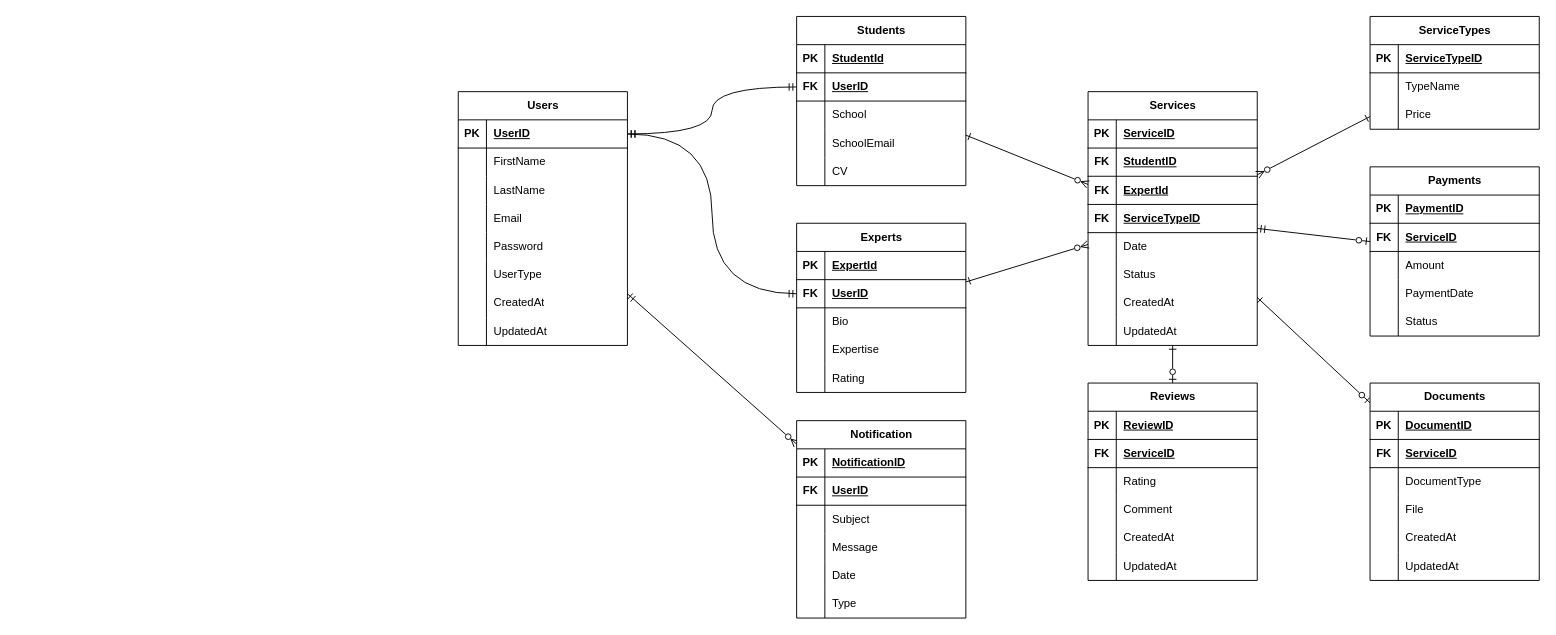
Earlier version of the draw.io diagram ERD.drawio (tamir-cqu/uml-diagram). Source tidied: cells renumbered, new cells numbered last; positions are measured from the earlier drawing's top-left corner, leaving out a move shared by most shapes. Both pictures are drawn from the tidied source at 94%, with x=0, y=0 at pixel (458, 16).
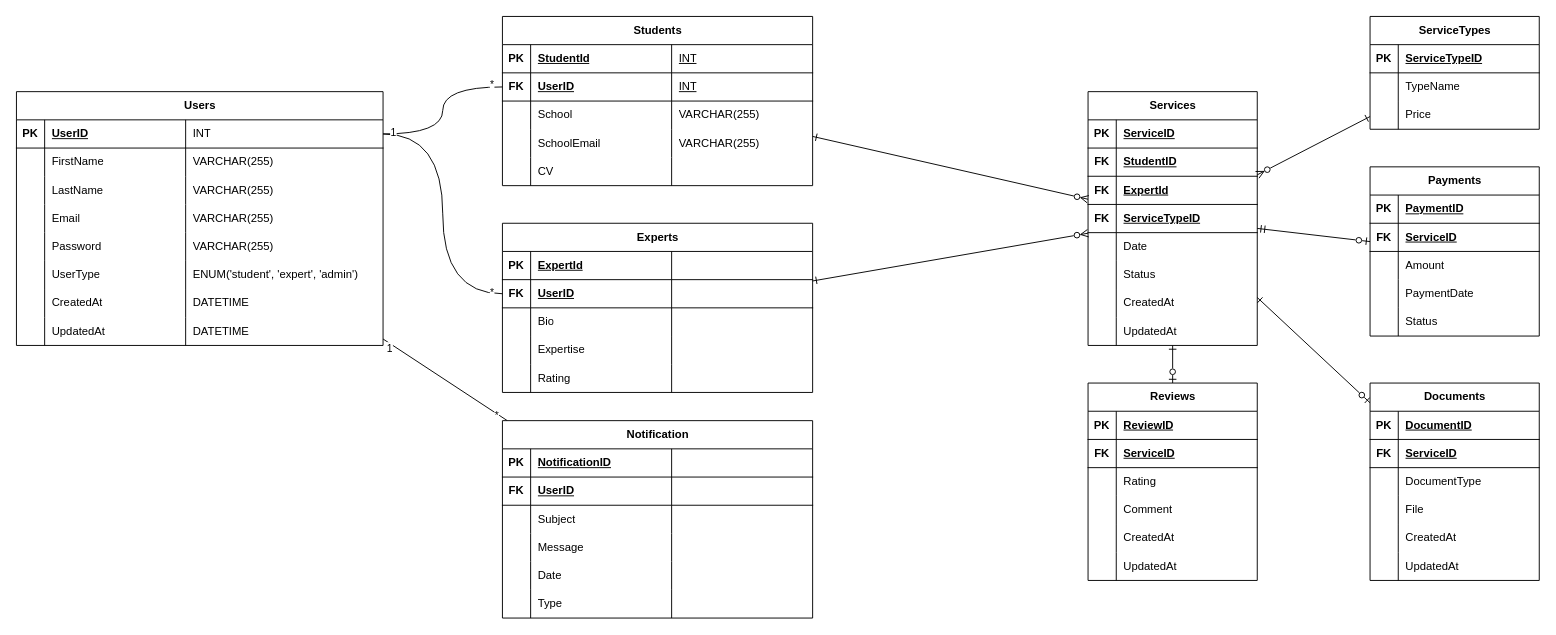
After the change.

Diff of the diagram source:
```diff
@@
     <mxCell id="2" value="Users" style="shape=table;startSize=30;childLayout=tableLayout;rowLines=0;fontStyle=1;align=center;html=1;" parent="1" vertex="1">
-      <mxGeometry y="80" width="180" height="270" as="geometry" />
+      <mxGeometry x="-470" y="80" width="390" height="270" as="geometry" />
     </mxCell>
     <mxCell id="3" style="shape=tableRow;horizontal=0;startSize=0;swimlaneHead=0;swimlaneBody=0;fillColor=none;points=[[0,0.5],[1,0.5]];portConstraint=eastwest;top=0;left=0;right=0;bottom=1;" parent="2" vertex="1">
-      <mxGeometry y="30" width="180" height="30" as="geometry" />
+      <mxGeometry y="30" width="390" height="30" as="geometry" />
     </mxCell>
@@
+    <mxCell id="176" value="&lt;span style=&quot;&quot; class=&quot;hljs-type&quot;&gt;INT&lt;/span&gt;" style="shape=partialRectangle;fillColor=none;top=0;left=0;bottom=0;right=0;align=left;spacingLeft=6;fontStyle=0;overflow=hidden;whiteSpace=wrap;html=1;" parent="3" vertex="1">
+      <mxGeometry x="180" width="210" height="30" as="geometry" />
+    </mxCell>
     <mxCell id="6" style="shape=tableRow;horizontal=0;startSize=0;swimlaneHead=0;swimlaneBody=0;fillColor=none;top=0;left=0;right=0;bottom=0;" parent="2" vertex="1">
-      <mxGeometry y="60" width="180" height="30" as="geometry" />
+      <mxGeometry y="60" width="390" height="30" as="geometry" />
     </mxCell>
@@
+    <mxCell id="177" value="VARCHAR(255)" style="shape=partialRectangle;fillColor=none;top=0;left=0;bottom=0;right=0;align=left;spacingLeft=6;overflow=hidden;whiteSpace=wrap;html=1;" parent="6" vertex="1">
+      <mxGeometry x="180" width="210" height="30" as="geometry" />
+    </mxCell>
     <mxCell id="9" style="shape=tableRow;horizontal=0;startSize=0;swimlaneHead=0;swimlaneBody=0;fillColor=none;top=0;left=0;right=0;bottom=0;" parent="2" vertex="1">
-      <mxGeometry y="90" width="180" height="30" as="geometry" />
+      <mxGeometry y="90" width="390" height="30" as="geometry" />
     </mxCell>
@@
+    <mxCell id="178" value="VARCHAR(255)" style="shape=partialRectangle;fillColor=none;top=0;left=0;bottom=0;right=0;align=left;spacingLeft=6;overflow=hidden;whiteSpace=wrap;html=1;" parent="9" vertex="1">
+      <mxGeometry x="180" width="210" height="30" as="geometry" />
+    </mxCell>
     <mxCell id="12" style="shape=tableRow;horizontal=0;startSize=0;swimlaneHead=0;swimlaneBody=0;fillColor=none;top=0;left=0;right=0;bottom=0;" parent="2" vertex="1">
-      <mxGeometry y="120" width="180" height="30" as="geometry" />
+      <mxGeometry y="120" width="390" height="30" as="geometry" />
     </mxCell>
@@
+    <mxCell id="179" value="VARCHAR(255)" style="shape=partialRectangle;fillColor=none;top=0;left=0;bottom=0;right=0;align=left;spacingLeft=6;overflow=hidden;whiteSpace=wrap;html=1;" parent="12" vertex="1">
+      <mxGeometry x="180" width="210" height="30" as="geometry" />
+    </mxCell>
     <mxCell id="15" style="shape=tableRow;horizontal=0;startSize=0;swimlaneHead=0;swimlaneBody=0;fillColor=none;top=0;left=0;right=0;bottom=0;" parent="2" vertex="1">
-      <mxGeometry y="150" width="180" height="30" as="geometry" />
+      <mxGeometry y="150" width="390" height="30" as="geometry" />
     </mxCell>
@@
+    <mxCell id="180" value="VARCHAR(255)" style="shape=partialRectangle;fillColor=none;top=0;left=0;bottom=0;right=0;align=left;spacingLeft=6;overflow=hidden;whiteSpace=wrap;html=1;" parent="15" vertex="1">
+      <mxGeometry x="180" width="210" height="30" as="geometry" />
+    </mxCell>
     <mxCell id="18" style="shape=tableRow;horizontal=0;startSize=0;swimlaneHead=0;swimlaneBody=0;fillColor=none;top=0;left=0;right=0;bottom=0;" parent="2" vertex="1">
-      <mxGeometry y="180" width="180" height="30" as="geometry" />
+      <mxGeometry y="180" width="390" height="30" as="geometry" />
     </mxCell>
@@
+    <mxCell id="181" value="ENUM('student', 'expert', 'admin')" style="shape=partialRectangle;fillColor=none;top=0;left=0;bottom=0;right=0;align=left;spacingLeft=6;overflow=hidden;whiteSpace=wrap;html=1;" parent="18" vertex="1">
+      <mxGeometry x="180" width="210" height="30" as="geometry" />
+    </mxCell>
     <mxCell id="21" style="shape=tableRow;horizontal=0;startSize=0;swimlaneHead=0;swimlaneBody=0;fillColor=none;top=0;left=0;right=0;bottom=0;" parent="2" vertex="1">
-      <mxGeometry y="210" width="180" height="30" as="geometry" />
+      <mxGeometry y="210" width="390" height="30" as="geometry" />
     </mxCell>
@@
+    <mxCell id="182" value="DATETIME" style="shape=partialRectangle;fillColor=none;top=0;left=0;bottom=0;right=0;align=left;spacingLeft=6;overflow=hidden;whiteSpace=wrap;html=1;" parent="21" vertex="1">
+      <mxGeometry x="180" width="210" height="30" as="geometry" />
+    </mxCell>
     <mxCell id="24" style="shape=tableRow;horizontal=0;startSize=0;swimlaneHead=0;swimlaneBody=0;fillColor=none;top=0;left=0;right=0;bottom=0;" parent="2" vertex="1">
-      <mxGeometry y="240" width="180" height="30" as="geometry" />
+      <mxGeometry y="240" width="390" height="30" as="geometry" />
     </mxCell>
@@
+    <mxCell id="183" value="DATETIME" style="shape=partialRectangle;fillColor=none;top=0;left=0;bottom=0;right=0;align=left;spacingLeft=6;overflow=hidden;whiteSpace=wrap;html=1;" parent="24" vertex="1">
+      <mxGeometry x="180" width="210" height="30" as="geometry" />
+    </mxCell>
     <mxCell id="27" value="Experts" style="shape=table;startSize=30;childLayout=tableLayout;rowLines=0;fontStyle=1;align=center;html=1;" parent="1" vertex="1">
-      <mxGeometry x="360" y="220" width="180" height="180" as="geometry" />
+      <mxGeometry x="47" y="220" width="330" height="180" as="geometry" />
     </mxCell>
     <mxCell id="28" style="shape=tableRow;horizontal=0;startSize=0;swimlaneHead=0;swimlaneBody=0;fillColor=none;top=0;left=0;right=0;bottom=1;" parent="27" vertex="1">
-      <mxGeometry y="30" width="180" height="30" as="geometry" />
+      <mxGeometry y="30" width="330" height="30" as="geometry" />
     </mxCell>
@@
+    <mxCell id="184" style="shape=partialRectangle;fillColor=none;top=0;left=0;bottom=0;right=0;align=left;spacingLeft=6;fontStyle=5;overflow=hidden;whiteSpace=wrap;html=1;" parent="28" vertex="1">
+      <mxGeometry x="180" width="150" height="30" as="geometry" />
+    </mxCell>
     <mxCell id="31" style="shape=tableRow;horizontal=0;startSize=0;swimlaneHead=0;swimlaneBody=0;fillColor=none;points=[[0,0.5],[1,0.5]];portConstraint=eastwest;top=0;left=0;right=0;bottom=1;" parent="27" vertex="1">
-      <mxGeometry y="60" width="180" height="30" as="geometry" />
+      <mxGeometry y="60" width="330" height="30" as="geometry" />
     </mxCell>
@@
+    <mxCell id="185" style="shape=partialRectangle;fillColor=none;top=0;left=0;bottom=0;right=0;align=left;spacingLeft=6;fontStyle=5;overflow=hidden;whiteSpace=wrap;html=1;" parent="31" vertex="1">
+      <mxGeometry x="180" width="150" height="30" as="geometry" />
+    </mxCell>
     <mxCell id="34" style="shape=tableRow;horizontal=0;startSize=0;swimlaneHead=0;swimlaneBody=0;fillColor=none;top=0;left=0;right=0;bottom=0;" parent="27" vertex="1">
-      <mxGeometry y="90" width="180" height="30" as="geometry" />
+      <mxGeometry y="90" width="330" height="30" as="geometry" />
     </mxCell>
@@
+    <mxCell id="186" style="shape=partialRectangle;fillColor=none;top=0;left=0;bottom=0;right=0;align=left;spacingLeft=6;overflow=hidden;whiteSpace=wrap;html=1;" parent="34" vertex="1">
+      <mxGeometry x="180" width="150" height="30" as="geometry" />
+    </mxCell>
     <mxCell id="37" style="shape=tableRow;horizontal=0;startSize=0;swimlaneHead=0;swimlaneBody=0;fillColor=none;top=0;left=0;right=0;bottom=0;" parent="27" vertex="1">
-      <mxGeometry y="120" width="180" height="30" as="geometry" />
+      <mxGeometry y="120" width="330" height="30" as="geometry" />
     </mxCell>
@@
+    <mxCell id="187" style="shape=partialRectangle;fillColor=none;top=0;left=0;bottom=0;right=0;align=left;spacingLeft=6;overflow=hidden;whiteSpace=wrap;html=1;" parent="37" vertex="1">
+      <mxGeometry x="180" width="150" height="30" as="geometry" />
+    </mxCell>
     <mxCell id="40" style="shape=tableRow;horizontal=0;startSize=0;swimlaneHead=0;swimlaneBody=0;fillColor=none;top=0;left=0;right=0;bottom=0;" parent="27" vertex="1">
-      <mxGeometry y="150" width="180" height="30" as="geometry" />
+      <mxGeometry y="150" width="330" height="30" as="geometry" />
     </mxCell>
@@
+    <mxCell id="188" style="shape=partialRectangle;fillColor=none;top=0;left=0;bottom=0;right=0;align=left;spacingLeft=6;overflow=hidden;whiteSpace=wrap;html=1;" parent="40" vertex="1">
+      <mxGeometry x="180" width="150" height="30" as="geometry" />
+    </mxCell>
-    <mxCell id="43" style="rounded=0;jettySize=auto;html=1;verticalAlign=middle;horizontal=0;endArrow=ERmandOne;endFill=0;startArrow=ERmandOne;startFill=0;exitDx=0;exitDy=0;entryDx=0;entryDy=0;entryX=1;entryY=0.5;exitX=0;exitY=0.5;edgeStyle=orthogonalEdgeStyle;curved=1;" parent="1" edge="1" source="49" target="3">
+    <mxCell id="43" style="rounded=0;jettySize=auto;html=1;verticalAlign=middle;horizontal=0;endArrow=none;endFill=0;startArrow=none;startFill=0;exitDx=0;exitDy=0;entryDx=0;entryDy=0;entryX=1;entryY=0.5;exitX=0;exitY=0.5;edgeStyle=orthogonalEdgeStyle;curved=1;" parent="1" edge="1" source="49" target="3">
       <mxGeometry relative="1" as="geometry" />
     </mxCell>
+    <mxCell id="189" value="*" style="edgeLabel;html=1;align=center;verticalAlign=middle;" parent="43" vertex="1">
+      <mxGeometry x="-0.86" y="-3" relative="1" as="geometry" />
+    </mxCell>
@@
     <mxCell id="45" value="Students" style="shape=table;startSize=30;childLayout=tableLayout;rowLines=0;fontStyle=1;align=center;html=1;" parent="1" vertex="1">
-      <mxGeometry x="360" width="180" height="180" as="geometry" />
+      <mxGeometry x="47" width="330" height="180" as="geometry" />
     </mxCell>
     <mxCell id="46" style="shape=tableRow;horizontal=0;startSize=0;swimlaneHead=0;swimlaneBody=0;fillColor=none;top=0;left=0;right=0;bottom=1;" parent="45" vertex="1">
-      <mxGeometry y="30" width="180" height="30" as="geometry" />
+      <mxGeometry y="30" width="330" height="30" as="geometry" />
     </mxCell>
@@
+    <mxCell id="190" value="&lt;span style=&quot;font-weight: 400;&quot;&gt;INT&lt;/span&gt;" style="shape=partialRectangle;fillColor=none;top=0;left=0;bottom=0;right=0;align=left;spacingLeft=6;fontStyle=5;overflow=hidden;whiteSpace=wrap;html=1;" parent="46" vertex="1">
+      <mxGeometry x="180" width="150" height="30" as="geometry" />
+    </mxCell>
     <mxCell id="49" style="shape=tableRow;horizontal=0;startSize=0;swimlaneHead=0;swimlaneBody=0;fillColor=none;points=[[0,0.5],[1,0.5]];portConstraint=eastwest;top=0;left=0;right=0;bottom=1;" parent="45" vertex="1">
-      <mxGeometry y="60" width="180" height="30" as="geometry" />
+      <mxGeometry y="60" width="330" height="30" as="geometry" />
     </mxCell>
@@
+    <mxCell id="191" value="&lt;span style=&quot;font-weight: 400;&quot;&gt;INT&lt;/span&gt;" style="shape=partialRectangle;fillColor=none;top=0;left=0;bottom=0;right=0;align=left;spacingLeft=6;fontStyle=5;overflow=hidden;whiteSpace=wrap;html=1;" parent="49" vertex="1">
+      <mxGeometry x="180" width="150" height="30" as="geometry" />
+    </mxCell>
     <mxCell id="52" style="shape=tableRow;horizontal=0;startSize=0;swimlaneHead=0;swimlaneBody=0;fillColor=none;top=0;left=0;right=0;bottom=0;" parent="45" vertex="1">
-      <mxGeometry y="90" width="180" height="30" as="geometry" />
+      <mxGeometry y="90" width="330" height="30" as="geometry" />
     </mxCell>
@@
+    <mxCell id="192" value="VARCHAR(255)" style="shape=partialRectangle;fillColor=none;top=0;left=0;bottom=0;right=0;align=left;spacingLeft=6;overflow=hidden;whiteSpace=wrap;html=1;" parent="52" vertex="1">
+      <mxGeometry x="180" width="150" height="30" as="geometry" />
+    </mxCell>
     <mxCell id="55" style="shape=tableRow;horizontal=0;startSize=0;swimlaneHead=0;swimlaneBody=0;fillColor=none;top=0;left=0;right=0;bottom=0;" parent="45" vertex="1">
-      <mxGeometry y="120" width="180" height="30" as="geometry" />
+      <mxGeometry y="120" width="330" height="30" as="geometry" />
     </mxCell>
@@
+    <mxCell id="193" value="VARCHAR(255)" style="shape=partialRectangle;fillColor=none;top=0;left=0;bottom=0;right=0;align=left;spacingLeft=6;overflow=hidden;whiteSpace=wrap;html=1;" parent="55" vertex="1">
+      <mxGeometry x="180" width="150" height="30" as="geometry" />
+    </mxCell>
     <mxCell id="58" style="shape=tableRow;horizontal=0;startSize=0;swimlaneHead=0;swimlaneBody=0;fillColor=none;top=0;left=0;right=0;bottom=0;" parent="45" vertex="1">
-      <mxGeometry y="150" width="180" height="30" as="geometry" />
+      <mxGeometry y="150" width="330" height="30" as="geometry" />
     </mxCell>
@@
+    <mxCell id="194" value="&lt;span style=&quot;color: rgba(0, 0, 0, 0); font-family: monospace; font-size: 0px; text-wrap: nowrap;&quot;&gt;qawdqwd&lt;/span&gt;" style="shape=partialRectangle;fillColor=none;top=0;left=0;bottom=0;right=0;align=left;spacingLeft=6;overflow=hidden;whiteSpace=wrap;html=1;" parent="58" vertex="1">
+      <mxGeometry x="180" width="150" height="30" as="geometry" />
+    </mxCell>
-    <mxCell id="61" style="rounded=0;jettySize=auto;html=1;entryDx=0;entryDy=0;endArrow=ERmandOne;endFill=0;startArrow=ERmandOne;startFill=0;exitDx=0;exitDy=0;exitX=1;exitY=0.5;entryX=0;entryY=0.5;edgeStyle=orthogonalEdgeStyle;curved=1;" parent="1" edge="1" source="3" target="31">
+    <mxCell id="61" style="rounded=0;jettySize=auto;html=1;entryDx=0;entryDy=0;endArrow=none;endFill=0;startArrow=none;startFill=0;exitDx=0;exitDy=0;exitX=1;exitY=0.5;entryX=0;entryY=0.5;edgeStyle=orthogonalEdgeStyle;curved=1;" parent="1" edge="1" source="3" target="31">
       <mxGeometry relative="1" as="geometry" />
     </mxCell>
+    <mxCell id="195" value="1" style="edgeLabel;html=1;align=center;verticalAlign=middle;" parent="61" vertex="1">
+      <mxGeometry x="-0.93" y="2" relative="1" as="geometry" />
+    </mxCell>
+    <mxCell id="196" value="*" style="edgeLabel;html=1;align=center;verticalAlign=middle;" parent="61" vertex="1">
+      <mxGeometry x="0.92" y="2" relative="1" as="geometry" />
+    </mxCell>
@@
-    <mxCell id="118" style="rounded=0;jettySize=auto;html=1;entryDx=0;entryDy=0;startArrow=ERzeroToMany;startFill=0;endArrow=ERmandOne;endFill=0;" parent="1" edge="1" source="119" target="2">
+    <mxCell id="118" style="rounded=0;jettySize=auto;html=1;entryDx=0;entryDy=0;startArrow=none;startFill=0;endArrow=none;endFill=0;" parent="1" edge="1" source="119" target="2">
       <mxGeometry relative="1" as="geometry" />
     </mxCell>
+    <mxCell id="197" value="1" style="edgeLabel;html=1;align=center;verticalAlign=middle;" parent="118" vertex="1">
+      <mxGeometry x="0.87" y="4" relative="1" as="geometry" />
+    </mxCell>
+    <mxCell id="198" value="*" style="edgeLabel;html=1;align=center;verticalAlign=middle;" parent="118" vertex="1">
+      <mxGeometry x="-0.84" y="2" relative="1" as="geometry" />
+    </mxCell>
     <mxCell id="119" value="Notification" style="shape=table;startSize=30;childLayout=tableLayout;rowLines=0;fontStyle=1;align=center;html=1;" parent="1" vertex="1">
-      <mxGeometry x="360" y="430" width="180" height="210" as="geometry" />
+      <mxGeometry x="47" y="430" width="330" height="210" as="geometry" />
     </mxCell>
     <mxCell id="120" style="shape=tableRow;horizontal=0;startSize=0;swimlaneHead=0;swimlaneBody=0;fillColor=none;top=0;left=0;right=0;bottom=1;" parent="119" vertex="1">
-      <mxGeometry y="30" width="180" height="30" as="geometry" />
+      <mxGeometry y="30" width="330" height="30" as="geometry" />
     </mxCell>
@@
+    <mxCell id="199" style="shape=partialRectangle;fillColor=none;top=0;left=0;bottom=0;right=0;align=left;spacingLeft=6;fontStyle=5;overflow=hidden;whiteSpace=wrap;html=1;" parent="120" vertex="1">
+      <mxGeometry x="180" width="150" height="30" as="geometry" />
+    </mxCell>
     <mxCell id="123" style="shape=tableRow;horizontal=0;startSize=0;swimlaneHead=0;swimlaneBody=0;fillColor=none;top=0;left=0;right=0;bottom=1;" parent="119" vertex="1">
-      <mxGeometry y="60" width="180" height="30" as="geometry" />
+      <mxGeometry y="60" width="330" height="30" as="geometry" />
     </mxCell>
@@
+    <mxCell id="200" style="shape=partialRectangle;fillColor=none;top=0;left=0;bottom=0;right=0;align=left;spacingLeft=6;fontStyle=5;overflow=hidden;whiteSpace=wrap;html=1;" parent="123" vertex="1">
+      <mxGeometry x="180" width="150" height="30" as="geometry" />
+    </mxCell>
     <mxCell id="126" style="shape=tableRow;horizontal=0;startSize=0;swimlaneHead=0;swimlaneBody=0;fillColor=none;top=0;left=0;right=0;bottom=0;" parent="119" vertex="1">
-      <mxGeometry y="90" width="180" height="30" as="geometry" />
+      <mxGeometry y="90" width="330" height="30" as="geometry" />
     </mxCell>
@@
+    <mxCell id="201" style="shape=partialRectangle;fillColor=none;top=0;left=0;bottom=0;right=0;align=left;spacingLeft=6;overflow=hidden;whiteSpace=wrap;html=1;" parent="126" vertex="1">
+      <mxGeometry x="180" width="150" height="30" as="geometry" />
+    </mxCell>
     <mxCell id="129" style="shape=tableRow;horizontal=0;startSize=0;swimlaneHead=0;swimlaneBody=0;fillColor=none;top=0;left=0;right=0;bottom=0;" parent="119" vertex="1">
-      <mxGeometry y="120" width="180" height="30" as="geometry" />
+      <mxGeometry y="120" width="330" height="30" as="geometry" />
     </mxCell>
@@
+    <mxCell id="202" style="shape=partialRectangle;fillColor=none;top=0;left=0;bottom=0;right=0;align=left;spacingLeft=6;overflow=hidden;whiteSpace=wrap;html=1;" parent="129" vertex="1">
+      <mxGeometry x="180" width="150" height="30" as="geometry" />
+    </mxCell>
     <mxCell id="132" style="shape=tableRow;horizontal=0;startSize=0;swimlaneHead=0;swimlaneBody=0;fillColor=none;top=0;left=0;right=0;bottom=0;" parent="119" vertex="1">
-      <mxGeometry y="150" width="180" height="30" as="geometry" />
+      <mxGeometry y="150" width="330" height="30" as="geometry" />
     </mxCell>
@@
+    <mxCell id="203" style="shape=partialRectangle;fillColor=none;top=0;left=0;bottom=0;right=0;align=left;spacingLeft=6;overflow=hidden;whiteSpace=wrap;html=1;" parent="132" vertex="1">
+      <mxGeometry x="180" width="150" height="30" as="geometry" />
+    </mxCell>
     <mxCell id="135" style="shape=tableRow;horizontal=0;startSize=0;swimlaneHead=0;swimlaneBody=0;fillColor=none;top=0;left=0;right=0;bottom=0;" parent="119" vertex="1">
-      <mxGeometry y="180" width="180" height="30" as="geometry" />
+      <mxGeometry y="180" width="330" height="30" as="geometry" />
     </mxCell>
@@
+    <mxCell id="204" style="shape=partialRectangle;fillColor=none;top=0;left=0;bottom=0;right=0;align=left;spacingLeft=6;overflow=hidden;whiteSpace=wrap;html=1;" parent="135" vertex="1">
+      <mxGeometry x="180" width="150" height="30" as="geometry" />
+    </mxCell>
```
